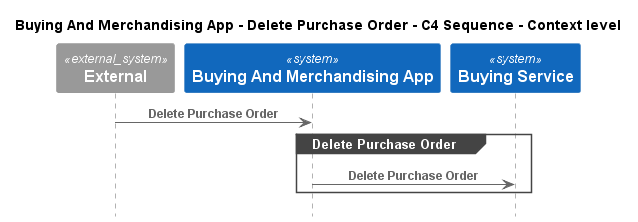
Earlier version of the PlantUML export e-commerce-platform/Software Systems/Buying And Merchandising App/Interfaces/Delete Purchase Order/Context - C4 Sequence.png (C4InterFlow/architecture-as-code-samples). Source of this version:
```plantuml
@startuml
!pragma layout smetana
!include ..\..\..\..\.c4s\C4_Sequence.puml

title Buying And Merchandising App - Delete Purchase Order - C4 Sequence - Context level

System_Ext(C4InterFlow.SoftwareSystems.ExternalSystem, "External", "")
System(ECommercePlatform.SoftwareSystems.BuyingAndMerchandisingApp, "Buying And Merchandising App", "")
System(ECommercePlatform.SoftwareSystems.BuyingService, "Buying Service", "")

Rel(C4InterFlow.SoftwareSystems.ExternalSystem, ECommercePlatform.SoftwareSystems.BuyingAndMerchandisingApp, "Delete Purchase Order")
group Delete Purchase Order
Rel(ECommercePlatform.SoftwareSystems.BuyingAndMerchandisingApp, ECommercePlatform.SoftwareSystems.BuyingService, "Delete Purchase Order")
end


@enduml
```
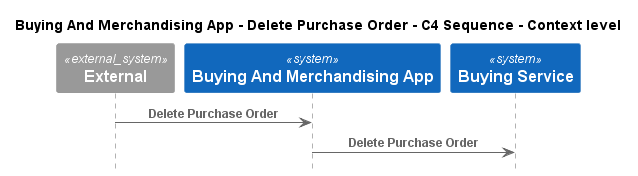
Above is the later version.

Change to the diagram source:
```diff
@@ -9,9 +9,7 @@
 System(ECommercePlatform.SoftwareSystems.BuyingService, "Buying Service", "")
 
 Rel(C4InterFlow.SoftwareSystems.ExternalSystem, ECommercePlatform.SoftwareSystems.BuyingAndMerchandisingApp, "Delete Purchase Order")
-group Delete Purchase Order
 Rel(ECommercePlatform.SoftwareSystems.BuyingAndMerchandisingApp, ECommercePlatform.SoftwareSystems.BuyingService, "Delete Purchase Order")
-end
 
 
 @enduml
```
